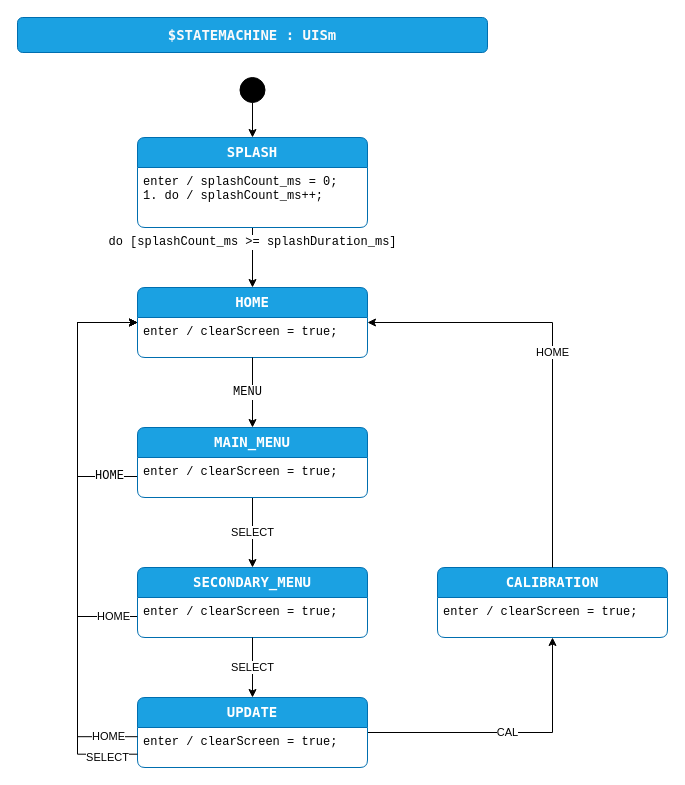
Above: page "design" (1 of 3) of code/src/PhoenixSketch/UISm.drawio in KI3P/Phoenix (draw.io), before the change. Source tidied: cells renumbered, new cells numbered last; positions are measured from the earlier drawing's top-left corner, leaving out a move shared by most shapes. Both pictures are drawn from the tidied source at 100%, with x=0, y=0 at pixel (17, 17).
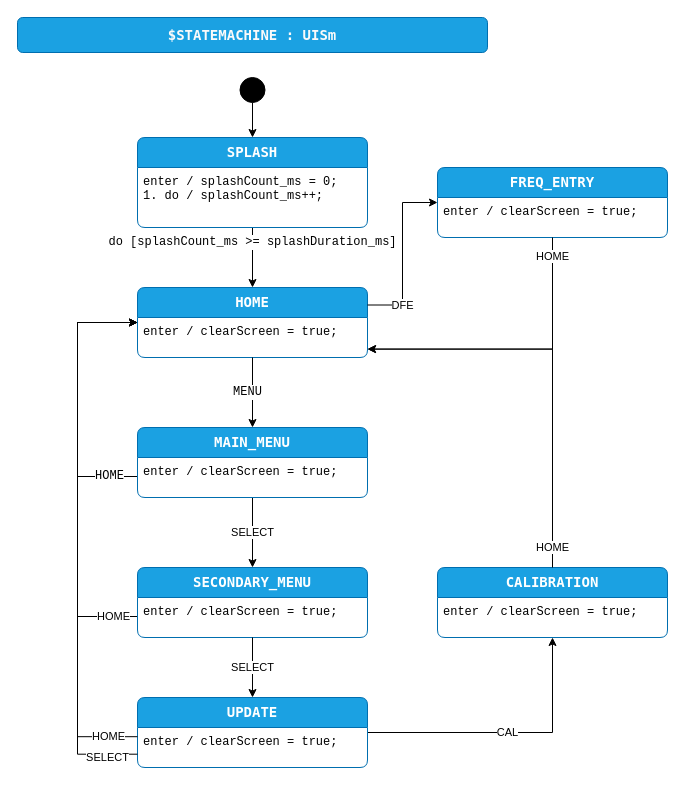
The same page after the edit.

The change refers to these unchanged cells:
```xml
<mxCell id="8" value="HOME" style="shape=swimlane;align=center;verticalAlign=top;fontFamily=Lucida Console;startSize=30;fontSize=14;fontStyle=1;fontColor=#ffffff;fillColor=#1ba1e2;swimlaneFillColor=default;rounded=1;arcSize=15;absoluteArcSize=1;points=[[0,0,0,0,0],[0,0.06,0,0,0],[0,0.13,0,0,0],[0,0.19,0,0,0],[0,0.25,0,0,0],[0,0.31,0,0,0],[0,0.38,0,0,0],[0,0.44,0,0,0],[0,0.5,0,0,0],[0,0.56,0,0,0],[0,0.63,0,0,0],[0,0.69,0,0,0],[0,0.75,0,0,0],[0,0.81,0,0,0],[0,0.88,0,0,0],[0,0.94,0,0,0],[0,1,0,0,0],[0.06,0,0,0,0],[0.06,1,0,0,0],[0.13,0,0,0,0],[0.13,1,0,0,0],[0.19,0,0,0,0],[0.19,1,0,0,0],[0.25,0,0,0,0],[0.25,1,0,0,0],[0.31,0,0,0,0],[0.31,1,0,0,0],[0.38,0,0,0,0],[0.38,1,0,0,0],[0.44,0,0,0,0],[0.44,1,0,0,0],[0.5,0,0,0,0],[0.5,1,0,0,0],[0.56,0,0,0,0],[0.56,1,0,0,0],[0.63,0,0,0,0],[0.63,1,0,0,0],[0.69,0,0,0,0],[0.69,1,0,0,0],[0.75,0,0,0,0],[0.75,1,0,0,0],[0.81,0,0,0,0],[0.81,1,0,0,0],[0.88,0,0,0,0],[0.88,1,0,0,0],[0.94,0,0,0,0],[0.94,1,0,0,0],[1,0,0,0,0],[1,0.06,0,0,0],[1,0.13,0,0,0],[1,0.19,0,0,0],[1,0.25,0,0,0],[1,0.31,0,0,0],[1,0.38,0,0,0],[1,0.44,0,0,0],[1,0.5,0,0,0],[1,0.56,0,0,0],[1,0.63,0,0,0],[1,0.69,0,0,0],[1,0.75,0,0,0],[1,0.81,0,0,0],[1,0.88,0,0,0],[1,0.94,0,0,0],[1,1,0,0,0]];strokeColor=#006EAF;" parent="1" vertex="1">
  <mxGeometry x="120" y="270" width="230" height="70" as="geometry" />
</mxCell>
<mxCell id="18" value="CALIBRATION" style="shape=swimlane;align=center;verticalAlign=top;fontFamily=Lucida Console;startSize=30;fontSize=14;fontStyle=1;fontColor=#ffffff;fillColor=#1ba1e2;swimlaneFillColor=default;rounded=1;arcSize=15;absoluteArcSize=1;points=[[0,0,0,0,0],[0,0.06,0,0,0],[0,0.13,0,0,0],[0,0.19,0,0,0],[0,0.25,0,0,0],[0,0.31,0,0,0],[0,0.38,0,0,0],[0,0.44,0,0,0],[0,0.5,0,0,0],[0,0.56,0,0,0],[0,0.63,0,0,0],[0,0.69,0,0,0],[0,0.75,0,0,0],[0,0.81,0,0,0],[0,0.88,0,0,0],[0,0.94,0,0,0],[0,1,0,0,0],[0.06,0,0,0,0],[0.06,1,0,0,0],[0.13,0,0,0,0],[0.13,1,0,0,0],[0.19,0,0,0,0],[0.19,1,0,0,0],[0.25,0,0,0,0],[0.25,1,0,0,0],[0.31,0,0,0,0],[0.31,1,0,0,0],[0.38,0,0,0,0],[0.38,1,0,0,0],[0.44,0,0,0,0],[0.44,1,0,0,0],[0.5,0,0,0,0],[0.5,1,0,0,0],[0.56,0,0,0,0],[0.56,1,0,0,0],[0.63,0,0,0,0],[0.63,1,0,0,0],[0.69,0,0,0,0],[0.69,1,0,0,0],[0.75,0,0,0,0],[0.75,1,0,0,0],[0.81,0,0,0,0],[0.81,1,0,0,0],[0.88,0,0,0,0],[0.88,1,0,0,0],[0.94,0,0,0,0],[0.94,1,0,0,0],[1,0,0,0,0],[1,0.06,0,0,0],[1,0.13,0,0,0],[1,0.19,0,0,0],[1,0.25,0,0,0],[1,0.31,0,0,0],[1,0.38,0,0,0],[1,0.44,0,0,0],[1,0.5,0,0,0],[1,0.56,0,0,0],[1,0.63,0,0,0],[1,0.69,0,0,0],[1,0.75,0,0,0],[1,0.81,0,0,0],[1,0.88,0,0,0],[1,0.94,0,0,0],[1,1,0,0,0]];strokeColor=#006EAF;" parent="1" vertex="1">
  <mxGeometry x="420" y="550" width="230" height="70" as="geometry" />
</mxCell>
```

The edit, as a diff of the source:
```diff
@@
-    <mxCell id="21" value="HOME" style="edgeStyle=orthogonalEdgeStyle;rounded=0;jettySize=auto;html=1;exitX=0.5;exitY=0;exitDx=0;exitDy=0;exitPerimeter=0;entryX=1;entryY=0.5;entryDx=0;entryDy=0;entryPerimeter=0;" parent="1" edge="1" source="18" target="8">
-      <mxGeometry relative="1" as="geometry" />
+    <mxCell id="21" value="HOME" style="edgeStyle=orthogonalEdgeStyle;rounded=0;jettySize=auto;html=1;exitX=0.5;exitY=0;exitDx=0;exitDy=0;exitPerimeter=0;entryX=1;entryY=0.88;entryDx=0;entryDy=0;entryPerimeter=0;" parent="1" edge="1" source="18" target="8">
+      <mxGeometry x="-0.9" relative="1" as="geometry" />
     </mxCell>
@@
+    <mxCell id="27" value="FREQ_ENTRY" style="shape=swimlane;align=center;verticalAlign=top;fontFamily=Lucida Console;startSize=30;fontSize=14;fontStyle=1;fontColor=#ffffff;fillColor=#1ba1e2;swimlaneFillColor=default;rounded=1;arcSize=15;absoluteArcSize=1;points=[[0,0,0,0,0],[0,0.06,0,0,0],[0,0.13,0,0,0],[0,0.19,0,0,0],[0,0.25,0,0,0],[0,0.31,0,0,0],[0,0.38,0,0,0],[0,0.44,0,0,0],[0,0.5,0,0,0],[0,0.56,0,0,0],[0,0.63,0,0,0],[0,0.69,0,0,0],[0,0.75,0,0,0],[0,0.81,0,0,0],[0,0.88,0,0,0],[0,0.94,0,0,0],[0,1,0,0,0],[0.06,0,0,0,0],[0.06,1,0,0,0],[0.13,0,0,0,0],[0.13,1,0,0,0],[0.19,0,0,0,0],[0.19,1,0,0,0],[0.25,0,0,0,0],[0.25,1,0,0,0],[0.31,0,0,0,0],[0.31,1,0,0,0],[0.38,0,0,0,0],[0.38,1,0,0,0],[0.44,0,0,0,0],[0.44,1,0,0,0],[0.5,0,0,0,0],[0.5,1,0,0,0],[0.56,0,0,0,0],[0.56,1,0,0,0],[0.63,0,0,0,0],[0.63,1,0,0,0],[0.69,0,0,0,0],[0.69,1,0,0,0],[0.75,0,0,0,0],[0.75,1,0,0,0],[0.81,0,0,0,0],[0.81,1,0,0,0],[0.88,0,0,0,0],[0.88,1,0,0,0],[0.94,0,0,0,0],[0.94,1,0,0,0],[1,0,0,0,0],[1,0.06,0,0,0],[1,0.13,0,0,0],[1,0.19,0,0,0],[1,0.25,0,0,0],[1,0.31,0,0,0],[1,0.38,0,0,0],[1,0.44,0,0,0],[1,0.5,0,0,0],[1,0.56,0,0,0],[1,0.63,0,0,0],[1,0.69,0,0,0],[1,0.75,0,0,0],[1,0.81,0,0,0],[1,0.88,0,0,0],[1,0.94,0,0,0],[1,1,0,0,0]];strokeColor=#006EAF;" parent="1" vertex="1">
+      <mxGeometry x="420" y="150" width="230" height="70" as="geometry" />
+    </mxCell>
+    <mxCell id="28" value="enter / clearScreen = true;" style="fontFamily=Courier New;align=left;verticalAlign=top;fillColor=none;gradientColor=none;strokeColor=none;rounded=0;spacingLeft=4;" parent="27" vertex="1">
+      <mxGeometry y="30" width="230" height="30" as="geometry" />
+    </mxCell>
+    <mxCell id="29" value="DFE" style="edgeStyle=orthogonalEdgeStyle;rounded=0;jettySize=auto;html=1;exitX=1;exitY=0.25;exitDx=0;exitDy=0;exitPerimeter=0;entryX=0;entryY=0.5;entryDx=0;entryDy=0;entryPerimeter=0;" parent="1" edge="1" source="8" target="27">
+      <mxGeometry x="-0.59" relative="1" as="geometry" />
+    </mxCell>
+    <mxCell id="30" value="HOME" style="edgeStyle=orthogonalEdgeStyle;rounded=0;jettySize=auto;html=1;exitX=0.5;exitY=1;exitDx=0;exitDy=0;exitPerimeter=0;entryX=1;entryY=0.88;entryDx=0;entryDy=0;entryPerimeter=0;" parent="1" edge="1" source="27" target="8">
+      <mxGeometry x="-0.87" relative="1" as="geometry" />
+    </mxCell>
```
